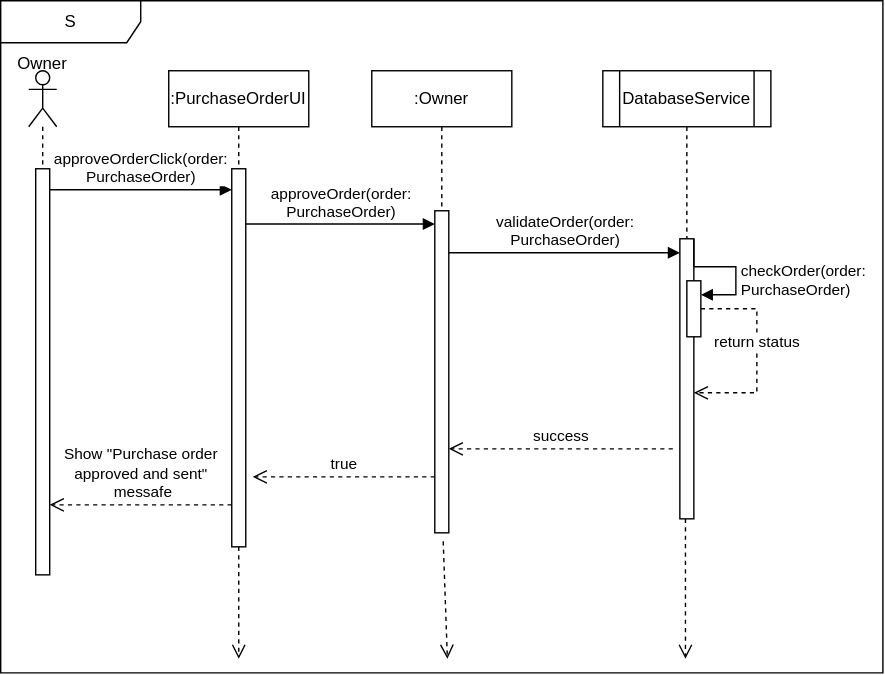
The draw.io diagram approve_order.svg in Simamkele88/IFM3_GP, before a commit. Source tidied: cells renumbered, new cells last; positions are measured from the earlier drawing's top-left corner, leaving out a move shared by most shapes.
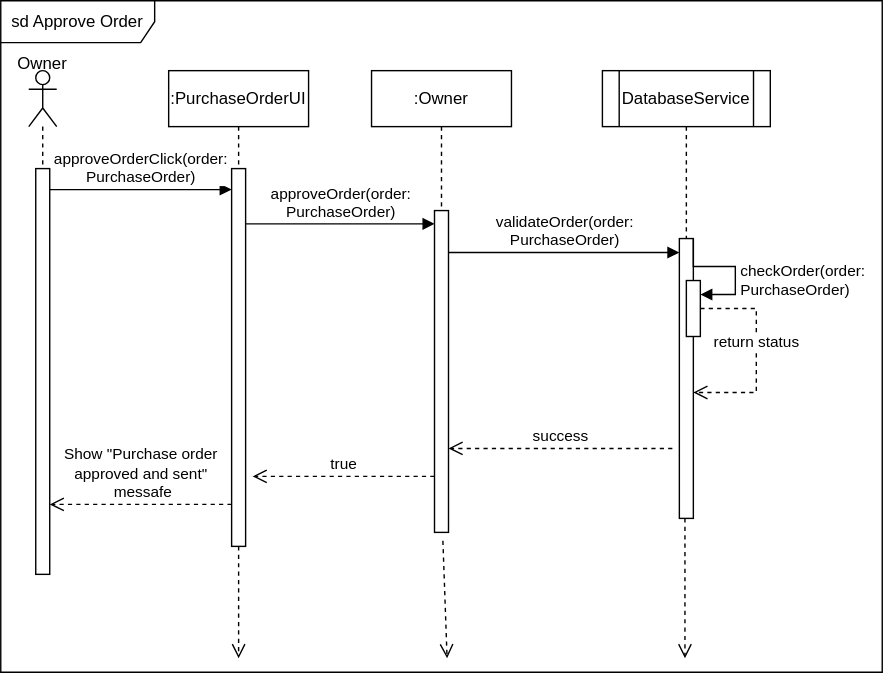
After the commit.

Diff of the diagram source:
```diff
@@ -2,7 +2,7 @@
   <root>
     <mxCell id="0" />
     <mxCell id="1" parent="0" />
-    <mxCell id="2" value="S" style="shape=umlFrame;whiteSpace=wrap;html=1;width=100;height=30;" parent="1" vertex="1">
+    <mxCell id="2" value="sd Approve Order" style="shape=umlFrame;whiteSpace=wrap;html=1;width=110;height=30;" parent="1" vertex="1">
       <mxGeometry width="630" height="480" as="geometry" />
     </mxCell>
     <mxCell id="3" style="shape=umlLifeline;perimeter=lifelinePerimeter;whiteSpace=wrap;html=1;newEdgeStyle={&quot;curved&quot;:0,&quot;rounded&quot;:0};participant=umlActor;" parent="1" vertex="1">
```
